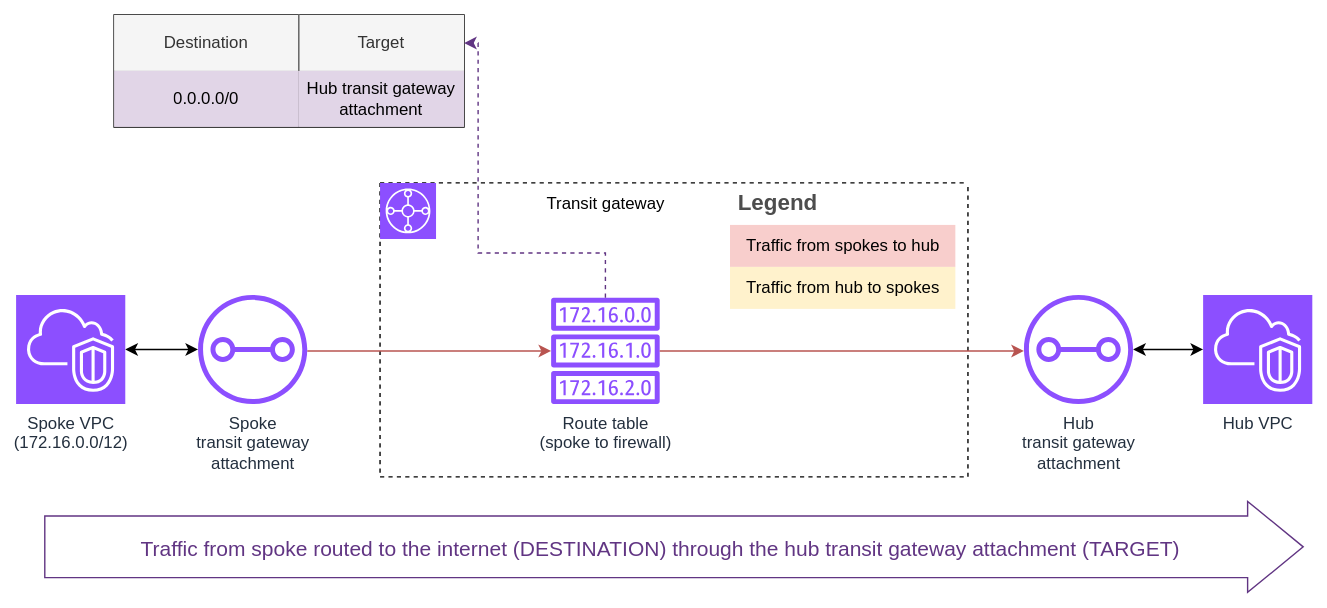
Before: assets/images/portfolio/hubandspoke/spoketgwa-to-hubtgwa.drawio.svg, a diagram exported from draw.io (gmarti-web/gmarti-web.github.io). Source tidied: cells renumbered, new cells last; positions are measured from the earlier drawing's top-left corner, leaving out a move shared by most shapes.
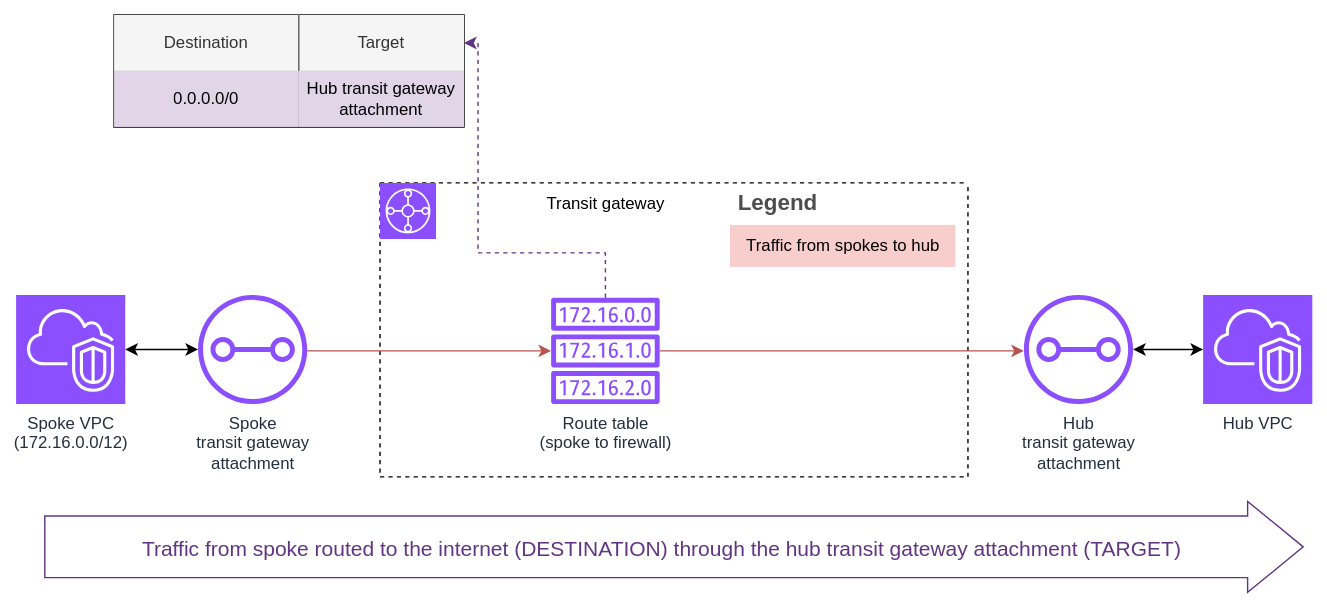
The same file after the commit.

The edit, as a diff of the source:
```diff
@@ -15,7 +15,7 @@
       <mxGeometry x="106" width="110" height="30" as="geometry" />
     </mxCell>
     <mxCell id="6" value="Legend" style="shape=table;startSize=30;fontSize=16;align=left;verticalAlign=top;fillColor=none;strokeColor=none;fontColor=#4D4D4D;fontStyle=1;spacingLeft=6;spacing=0;" parent="2" vertex="1">
-      <mxGeometry x="250" width="161" height="90" as="geometry" />
+      <mxGeometry x="250" width="161" height="60" as="geometry" />
     </mxCell>
     <mxCell id="7" style="shape=tableRow;horizontal=0;startSize=0;swimlaneHead=0;swimlaneBody=0;strokeColor=inherit;top=0;left=0;bottom=0;right=0;fillColor=none;fontSize=12;" parent="6" vertex="1">
       <mxGeometry y="30" width="161" height="30" as="geometry" />
@@ -23,12 +23,6 @@
     <mxCell id="8" value="Traffic from spokes to hub" style="shape=partialRectangle;html=1;whiteSpace=wrap;strokeColor=#b85450;overflow=hidden;fillColor=#f8cecc;top=0;left=0;bottom=0;right=0;fontSize=12;align=left;spacingLeft=10;spacingRight=4;" parent="7" vertex="1">
       <mxGeometry width="161" height="30" as="geometry" />
     </mxCell>
-    <mxCell id="9" style="shape=tableRow;horizontal=0;startSize=0;swimlaneHead=0;swimlaneBody=0;strokeColor=inherit;top=0;left=0;bottom=0;right=0;fillColor=none;fontSize=12;" parent="6" vertex="1">
-      <mxGeometry y="60" width="161" height="30" as="geometry" />
-    </mxCell>
-    <mxCell id="10" value="Traffic from hub to spokes" style="shape=partialRectangle;html=1;whiteSpace=wrap;strokeColor=#d6b656;overflow=hidden;fillColor=#fff2cc;top=0;left=0;bottom=0;right=0;fontSize=12;align=left;spacingLeft=10;spacingRight=4;" parent="9" vertex="1">
-      <mxGeometry width="161" height="30" as="geometry" />
-    </mxCell>
     <mxCell id="11" value="Hub VPC" style="sketch=0;points=[[0,0,0],[0.25,0,0],[0.5,0,0],[0.75,0,0],[1,0,0],[0,1,0],[0.25,1,0],[0.5,1,0],[0.75,1,0],[1,1,0],[0,0.25,0],[0,0.5,0],[0,0.75,0],[1,0.25,0],[1,0.5,0],[1,0.75,0]];outlineConnect=0;fontColor=#232F3E;fillColor=#8C4FFF;strokeColor=#ffffff;dashed=0;verticalLabelPosition=bottom;verticalAlign=top;align=center;html=1;fontSize=12;fontStyle=0;shape=mxgraph.aws4.resourceIcon;resIcon=mxgraph.aws4.vpc;" parent="1" vertex="1">
       <mxGeometry x="848" y="200" width="78" height="78" as="geometry" />
     </mxCell>
```
